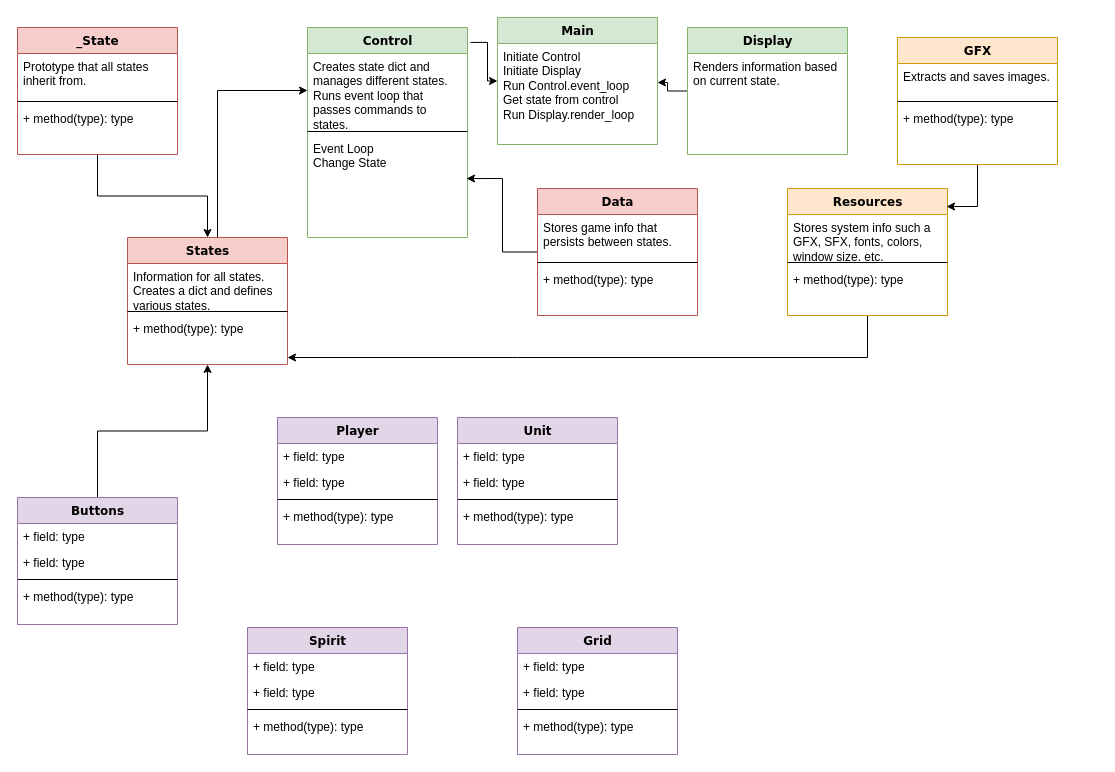
Above: class_outline.drawio in ShinyMyst/VG-exhumed (draw.io), before the change. Source tidied: cells renumbered, new cells numbered last; positions are measured from the earlier drawing's top-left corner, leaving out a move shared by most shapes. Both pictures are drawn from the tidied source at 100%, with x=0, y=0 at pixel (17, 17).
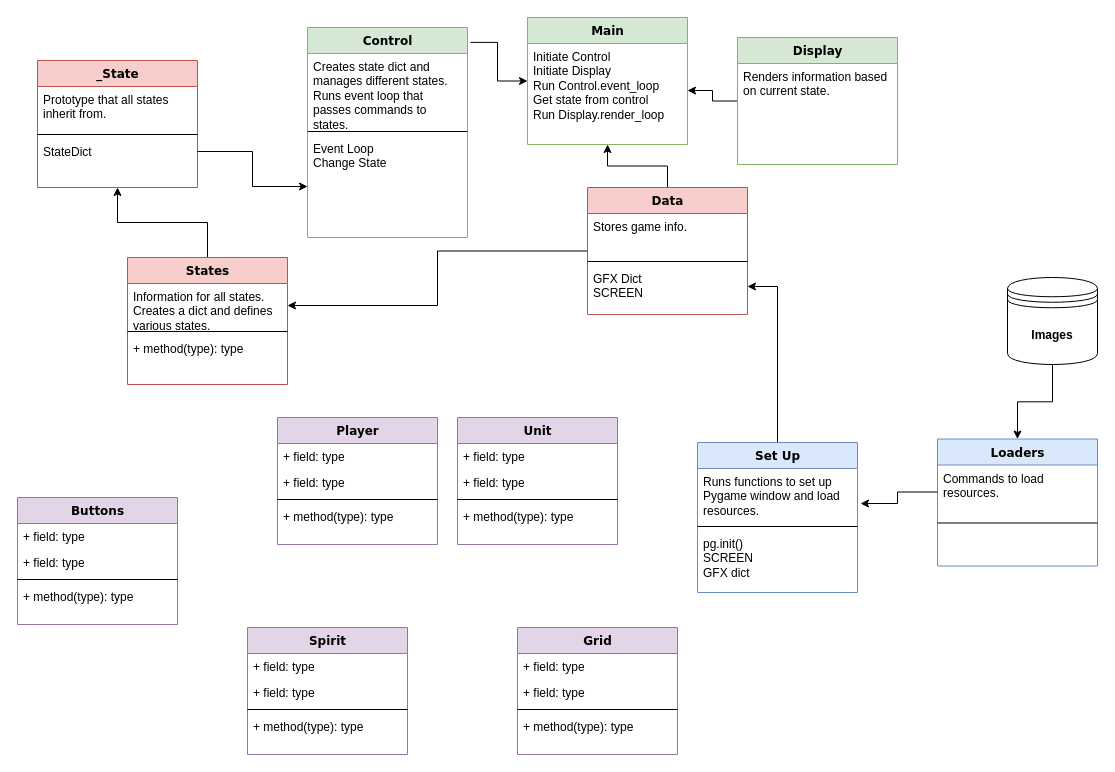
After the change.

Unchanged cells that the change refers to:
```xml
<mxCell id="3" value="&lt;div&gt;Initiate Control&lt;/div&gt;&lt;div&gt;Initiate Display&lt;/div&gt;&lt;div&gt;Run Control.event_loop&lt;/div&gt;&lt;div&gt;Get state from control&lt;br&gt;&lt;/div&gt;&lt;div&gt;Run Display.render_loop&lt;br&gt;&lt;/div&gt;" style="text;html=1;strokeColor=none;fillColor=none;align=left;verticalAlign=top;spacingLeft=4;spacingRight=4;whiteSpace=wrap;overflow=hidden;points=[[0,0.5],[1,0.5]];portConstraint=eastwest;" parent="2" vertex="1">
  <mxGeometry y="26" width="160" height="94" as="geometry" />
</mxCell>
<mxCell id="6" value="Creates state dict and manages different states.&amp;nbsp; Runs event loop that passes commands to states." style="text;html=1;strokeColor=none;fillColor=none;align=left;verticalAlign=top;spacingLeft=4;spacingRight=4;whiteSpace=wrap;overflow=hidden;points=[[0,0.5],[1,0.5]];portConstraint=eastwest;" parent="5" vertex="1">
  <mxGeometry y="26" width="160" height="74" as="geometry" />
</mxCell>
<mxCell id="8" value="&lt;div&gt;Event Loop&lt;/div&gt;&lt;div&gt;Change State&lt;br&gt;&lt;/div&gt;" style="text;html=1;strokeColor=none;fillColor=none;align=left;verticalAlign=top;spacingLeft=4;spacingRight=4;whiteSpace=wrap;overflow=hidden;points=[[0,0.5],[1,0.5]];portConstraint=eastwest;" parent="5" vertex="1">
  <mxGeometry y="108" width="160" height="102" as="geometry" />
</mxCell>
<mxCell id="43" value="Buttons" style="swimlane;html=1;fontStyle=1;align=center;verticalAlign=top;horizontal=1;startSize=26;swimlaneFillColor=#ffffff;rounded=0;shadow=0;comic=0;labelBackgroundColor=none;strokeWidth=1;fillColor=#e1d5e7;fontFamily=Verdana;fontSize=12;strokeColor=#9673a6;" parent="1" vertex="1">
  <mxGeometry y="480" width="160" height="127" as="geometry" />
</mxCell>
<mxCell id="55" value="Information for all states.&amp;nbsp; Creates a dict and defines various states." style="text;html=1;strokeColor=none;fillColor=none;align=left;verticalAlign=top;spacingLeft=4;spacingRight=4;whiteSpace=wrap;overflow=hidden;points=[[0,0.5],[1,0.5]];portConstraint=eastwest;" parent="54" vertex="1">
  <mxGeometry y="26" width="160" height="44" as="geometry" />
</mxCell>
```

The edit, as a diff of the source:
```diff
@@
     <mxCell id="2" value="Main" style="swimlane;html=1;fontStyle=1;align=center;verticalAlign=top;horizontal=1;startSize=26;swimlaneFillColor=#ffffff;rounded=0;shadow=0;comic=0;labelBackgroundColor=none;strokeWidth=1;fillColor=#d5e8d4;fontFamily=Verdana;fontSize=12;strokeColor=#82b366;" parent="1" vertex="1">
-      <mxGeometry x="480" width="160" height="127" as="geometry" />
+      <mxGeometry x="510" width="160" height="127" as="geometry" />
     </mxCell>
@@
-    <mxCell id="9" style="edgeStyle=orthogonalEdgeStyle;rounded=0;jettySize=auto;html=1;" parent="1" edge="1" source="10" target="54">
-      <mxGeometry relative="1" as="geometry">
-        <Array as="points">
-          <mxPoint x="500" y="340" />
-          <mxPoint x="500" y="340" />
-        </Array>
-      </mxGeometry>
-    </mxCell>
-    <mxCell id="10" value="Resources" style="swimlane;html=1;fontStyle=1;align=center;verticalAlign=top;horizontal=1;startSize=26;swimlaneFillColor=#ffffff;rounded=0;shadow=0;comic=0;labelBackgroundColor=none;strokeWidth=1;fillColor=#ffe6cc;fontFamily=Verdana;fontSize=12;strokeColor=#d79b00;" parent="1" vertex="1">
-      <mxGeometry x="770" y="171" width="160" height="127" as="geometry" />
-    </mxCell>
-    <mxCell id="11" value="Stores system info such a GFX, SFX, fonts, colors, window size, etc." style="text;html=1;strokeColor=none;fillColor=none;align=left;verticalAlign=top;spacingLeft=4;spacingRight=4;whiteSpace=wrap;overflow=hidden;" parent="10" vertex="1">
-      <mxGeometry y="26" width="160" height="44" as="geometry" />
-    </mxCell>
-    <mxCell id="12" style="line;html=1;strokeWidth=1;fillColor=none;align=left;verticalAlign=middle;spacingTop=-1;spacingLeft=3;spacingRight=3;labelPosition=right;" parent="10" vertex="1">
-      <mxGeometry y="70" width="160" height="8" as="geometry" />
-    </mxCell>
-    <mxCell id="13" value="+ method(type): type" style="text;html=1;strokeColor=none;fillColor=none;align=left;verticalAlign=top;spacingLeft=4;spacingRight=4;whiteSpace=wrap;overflow=hidden;" parent="10" vertex="1">
-      <mxGeometry y="78" width="160" height="26" as="geometry" />
-    </mxCell>
-    <mxCell id="14" style="edgeStyle=orthogonalEdgeStyle;rounded=0;jettySize=auto;html=1;" parent="1" edge="1" source="15" target="54">
-      <mxGeometry relative="1" as="geometry" />
-    </mxCell>
     <mxCell id="15" value="_State" style="swimlane;html=1;fontStyle=1;align=center;verticalAlign=top;horizontal=1;startSize=26;swimlaneFillColor=#ffffff;rounded=0;shadow=0;comic=0;labelBackgroundColor=none;strokeWidth=1;fillColor=#f8cecc;fontFamily=Verdana;fontSize=12;strokeColor=#b85450;" parent="1" vertex="1">
-      <mxGeometry y="10" width="160" height="127" as="geometry" />
+      <mxGeometry x="20" y="43" width="160" height="127" as="geometry" />
     </mxCell>
@@
-    <mxCell id="18" value="+ method(type): type" style="text;html=1;strokeColor=none;fillColor=none;align=left;verticalAlign=top;spacingLeft=4;spacingRight=4;whiteSpace=wrap;overflow=hidden;points=[[0,0.5],[1,0.5]];portConstraint=eastwest;" parent="15" vertex="1">
+    <mxCell id="18" value="StateDict" style="text;html=1;strokeColor=none;fillColor=none;align=left;verticalAlign=top;spacingLeft=4;spacingRight=4;whiteSpace=wrap;overflow=hidden;points=[[0,0.5],[1,0.5]];portConstraint=eastwest;" parent="15" vertex="1">
       <mxGeometry y="78" width="160" height="26" as="geometry" />
     </mxCell>
-    <mxCell id="19" style="edgeStyle=orthogonalEdgeStyle;rounded=0;jettySize=auto;html=1;entryX=0.994;entryY=0.422;entryDx=0;entryDy=0;entryPerimeter=0;" parent="1" edge="1" source="20" target="8">
+    <mxCell id="19" style="edgeStyle=orthogonalEdgeStyle;rounded=0;jettySize=auto;html=1;entryX=1;entryY=0.5;entryDx=0;entryDy=0;" parent="1" edge="1" source="20" target="55">
       <mxGeometry relative="1" as="geometry" />
     </mxCell>
+    <mxCell id="63" style="edgeStyle=orthogonalEdgeStyle;rounded=0;jettySize=auto;html=1;entryX=0.5;entryY=1;entryDx=0;entryDy=0;" parent="1" edge="1" source="20" target="2">
+      <mxGeometry relative="1" as="geometry" />
+    </mxCell>
     <mxCell id="20" value="Data" style="swimlane;html=1;fontStyle=1;align=center;verticalAlign=top;horizontal=1;startSize=26;swimlaneFillColor=#ffffff;rounded=0;shadow=0;comic=0;labelBackgroundColor=none;strokeWidth=1;fillColor=#f8cecc;fontFamily=Verdana;fontSize=12;strokeColor=#b85450;" parent="1" vertex="1">
-      <mxGeometry x="520" y="171" width="160" height="127" as="geometry" />
+      <mxGeometry x="570" y="170" width="160" height="127" as="geometry" />
     </mxCell>
-    <mxCell id="21" value="Stores game info that persists between states." style="text;html=1;strokeColor=none;fillColor=none;align=left;verticalAlign=top;spacingLeft=4;spacingRight=4;whiteSpace=wrap;overflow=hidden;" parent="20" vertex="1">
+    <mxCell id="21" value="Stores game info." style="text;html=1;strokeColor=none;fillColor=none;align=left;verticalAlign=top;spacingLeft=4;spacingRight=4;whiteSpace=wrap;overflow=hidden;" parent="20" vertex="1">
       <mxGeometry y="26" width="160" height="44" as="geometry" />
     </mxCell>
@@
-    <mxCell id="23" value="+ method(type): type" style="text;html=1;strokeColor=none;fillColor=none;align=left;verticalAlign=top;spacingLeft=4;spacingRight=4;whiteSpace=wrap;overflow=hidden;points=[[0,0.5],[1,0.5]];portConstraint=eastwest;" parent="20" vertex="1">
-      <mxGeometry y="78" width="160" height="26" as="geometry" />
+    <mxCell id="23" value="&lt;div&gt;GFX Dict&lt;/div&gt;&lt;div&gt;SCREEN&lt;br&gt;&lt;/div&gt;" style="text;html=1;strokeColor=none;fillColor=none;align=left;verticalAlign=top;spacingLeft=4;spacingRight=4;whiteSpace=wrap;overflow=hidden;points=[[0,0.5],[1,0.5]];portConstraint=eastwest;" parent="20" vertex="1">
+      <mxGeometry y="78" width="160" height="42" as="geometry" />
     </mxCell>
@@
-    <mxCell id="29" style="edgeStyle=orthogonalEdgeStyle;rounded=0;jettySize=auto;html=1;entryX=1;entryY=0.415;entryDx=0;entryDy=0;entryPerimeter=0;" parent="1" edge="1" source="30" target="3">
+    <mxCell id="29" style="edgeStyle=orthogonalEdgeStyle;rounded=0;jettySize=auto;html=1;entryX=1;entryY=0.5;entryDx=0;entryDy=0;" parent="1" edge="1" source="30" target="3">
       <mxGeometry relative="1" as="geometry" />
     </mxCell>
     <mxCell id="30" value="Display" style="swimlane;html=1;fontStyle=1;align=center;verticalAlign=top;horizontal=1;startSize=26;swimlaneFillColor=#ffffff;rounded=0;shadow=0;comic=0;labelBackgroundColor=none;strokeWidth=1;fillColor=#d5e8d4;fontFamily=Verdana;fontSize=12;strokeColor=#82b366;" parent="1" vertex="1">
-      <mxGeometry x="670" y="10" width="160" height="127" as="geometry" />
+      <mxGeometry x="720" y="20" width="160" height="127" as="geometry" />
     </mxCell>
@@
-    <mxCell id="42" style="edgeStyle=orthogonalEdgeStyle;rounded=0;jettySize=auto;html=1;entryX=0.5;entryY=1;entryDx=0;entryDy=0;" parent="1" edge="1" source="43" target="54">
-      <mxGeometry relative="1" as="geometry" />
-    </mxCell>
@@
-    <mxCell id="53" style="edgeStyle=orthogonalEdgeStyle;rounded=0;jettySize=auto;html=1;entryX=0;entryY=0.5;entryDx=0;entryDy=0;" parent="1" edge="1" source="54" target="6">
-      <mxGeometry relative="1" as="geometry">
-        <Array as="points">
-          <mxPoint x="200" y="310" />
-          <mxPoint x="200" y="73" />
-        </Array>
-      </mxGeometry>
-    </mxCell>
+    <mxCell id="64" style="edgeStyle=orthogonalEdgeStyle;rounded=0;jettySize=auto;html=1;entryX=0.5;entryY=1;entryDx=0;entryDy=0;" parent="1" edge="1" source="54" target="15">
+      <mxGeometry relative="1" as="geometry" />
+    </mxCell>
     <mxCell id="54" value="States" style="swimlane;html=1;fontStyle=1;align=center;verticalAlign=top;horizontal=1;startSize=26;swimlaneFillColor=#ffffff;rounded=0;shadow=0;comic=0;labelBackgroundColor=none;strokeWidth=1;fillColor=#f8cecc;fontFamily=Verdana;fontSize=12;strokeColor=#b85450;" parent="1" vertex="1">
-      <mxGeometry x="110" y="220" width="160" height="127" as="geometry" />
+      <mxGeometry x="110" y="240" width="160" height="127" as="geometry" />
     </mxCell>
@@
-    <mxCell id="58" style="edgeStyle=orthogonalEdgeStyle;rounded=0;jettySize=auto;html=1;entryX=0.994;entryY=0.142;entryDx=0;entryDy=0;entryPerimeter=0;" parent="1" edge="1" source="59" target="10">
-      <mxGeometry relative="1" as="geometry" />
-    </mxCell>
-    <mxCell id="59" value="GFX" style="swimlane;html=1;fontStyle=1;align=center;verticalAlign=top;horizontal=1;startSize=26;swimlaneFillColor=#ffffff;rounded=0;shadow=0;comic=0;labelBackgroundColor=none;strokeWidth=1;fillColor=#ffe6cc;fontFamily=Verdana;fontSize=12;strokeColor=#d79b00;" parent="1" vertex="1">
-      <mxGeometry x="880" y="20" width="160" height="127" as="geometry" />
-    </mxCell>
-    <mxCell id="60" value="Extracts and saves images." style="text;html=1;strokeColor=none;fillColor=none;align=left;verticalAlign=top;spacingLeft=4;spacingRight=4;whiteSpace=wrap;overflow=hidden;" parent="59" vertex="1">
-      <mxGeometry y="26" width="160" height="34" as="geometry" />
-    </mxCell>
-    <mxCell id="61" style="line;html=1;strokeWidth=1;fillColor=none;align=left;verticalAlign=middle;spacingTop=-1;spacingLeft=3;spacingRight=3;labelPosition=right;" parent="59" vertex="1">
-      <mxGeometry y="60" width="160" height="8" as="geometry" />
-    </mxCell>
-    <mxCell id="62" value="+ method(type): type" style="text;html=1;strokeColor=none;fillColor=none;align=left;verticalAlign=top;spacingLeft=4;spacingRight=4;whiteSpace=wrap;overflow=hidden;" parent="59" vertex="1">
-      <mxGeometry y="68" width="160" height="26" as="geometry" />
-    </mxCell>
+    <mxCell id="65" style="edgeStyle=orthogonalEdgeStyle;rounded=0;jettySize=auto;html=1;" parent="1" edge="1" source="66" target="23">
+      <mxGeometry relative="1" as="geometry" />
+    </mxCell>
+    <mxCell id="66" value="&lt;div&gt;Set Up&lt;/div&gt;&lt;div&gt;&lt;br&gt;&lt;/div&gt;" style="swimlane;html=1;fontStyle=1;align=center;verticalAlign=top;horizontal=1;startSize=26;swimlaneFillColor=#ffffff;rounded=0;shadow=0;comic=0;labelBackgroundColor=none;strokeWidth=1;fillColor=#dae8fc;fontFamily=Verdana;fontSize=12;strokeColor=#6c8ebf;" parent="1" vertex="1">
+      <mxGeometry x="680" y="425" width="160" height="150" as="geometry" />
+    </mxCell>
+    <mxCell id="67" value="Runs functions to set up Pygame window and load resources." style="text;html=1;strokeColor=none;fillColor=none;align=left;verticalAlign=top;spacingLeft=4;spacingRight=4;whiteSpace=wrap;overflow=hidden;points=[[0,0.5],[1,0.5]];portConstraint=eastwest;" parent="66" vertex="1">
+      <mxGeometry y="26" width="160" height="54" as="geometry" />
+    </mxCell>
+    <mxCell id="68" style="line;html=1;strokeWidth=1;fillColor=none;align=left;verticalAlign=middle;spacingTop=-1;spacingLeft=3;spacingRight=3;labelPosition=right;" parent="66" vertex="1">
+      <mxGeometry y="80" width="160" height="8" as="geometry" />
+    </mxCell>
+    <mxCell id="69" value="&lt;div&gt;pg.init()&lt;/div&gt;&lt;div&gt;SCREEN&lt;/div&gt;&lt;div&gt;GFX dict&lt;br&gt;&lt;/div&gt;" style="text;html=1;strokeColor=none;fillColor=none;align=left;verticalAlign=top;spacingLeft=4;spacingRight=4;whiteSpace=wrap;overflow=hidden;" parent="66" vertex="1">
+      <mxGeometry y="88" width="160" height="62" as="geometry" />
+    </mxCell>
+    <mxCell id="70" value="&lt;div&gt;Loaders&lt;/div&gt;&lt;div&gt;&lt;br&gt;&lt;/div&gt;" style="swimlane;html=1;fontStyle=1;align=center;verticalAlign=top;horizontal=1;startSize=26;swimlaneFillColor=#ffffff;rounded=0;shadow=0;comic=0;labelBackgroundColor=none;strokeWidth=1;fillColor=#dae8fc;fontFamily=Verdana;fontSize=12;strokeColor=#6c8ebf;" parent="1" vertex="1">
+      <mxGeometry x="920" y="421.5" width="160" height="127" as="geometry" />
+    </mxCell>
+    <mxCell id="71" value="Commands to load resources." style="text;html=1;strokeColor=none;fillColor=none;align=left;verticalAlign=top;spacingLeft=4;spacingRight=4;whiteSpace=wrap;overflow=hidden;points=[[0,0.5],[1,0.5]];portConstraint=eastwest;" parent="70" vertex="1">
+      <mxGeometry y="26" width="160" height="54" as="geometry" />
+    </mxCell>
+    <mxCell id="72" style="line;html=1;strokeWidth=1;fillColor=none;align=left;verticalAlign=middle;spacingTop=-1;spacingLeft=3;spacingRight=3;labelPosition=right;" parent="70" vertex="1">
+      <mxGeometry y="80" width="160" height="8" as="geometry" />
+    </mxCell>
+    <mxCell id="73" style="edgeStyle=orthogonalEdgeStyle;rounded=0;jettySize=auto;html=1;entryX=1.019;entryY=0.648;entryDx=0;entryDy=0;entryPerimeter=0;" parent="1" edge="1" source="71" target="67">
+      <mxGeometry relative="1" as="geometry" />
+    </mxCell>
+    <mxCell id="74" style="edgeStyle=orthogonalEdgeStyle;rounded=0;jettySize=auto;html=1;" parent="1" edge="1" source="75" target="70">
+      <mxGeometry relative="1" as="geometry" />
+    </mxCell>
+    <mxCell id="75" value="&lt;b&gt;Images&lt;/b&gt;" style="shape=datastore;whiteSpace=wrap;html=1;" parent="1" vertex="1">
+      <mxGeometry x="990" y="260" width="90" height="87" as="geometry" />
+    </mxCell>
+    <mxCell id="76" style="edgeStyle=orthogonalEdgeStyle;rounded=0;jettySize=auto;html=1;entryX=0;entryY=0.5;entryDx=0;entryDy=0;" parent="1" edge="1" source="18" target="8">
+      <mxGeometry relative="1" as="geometry" />
+    </mxCell>
```
